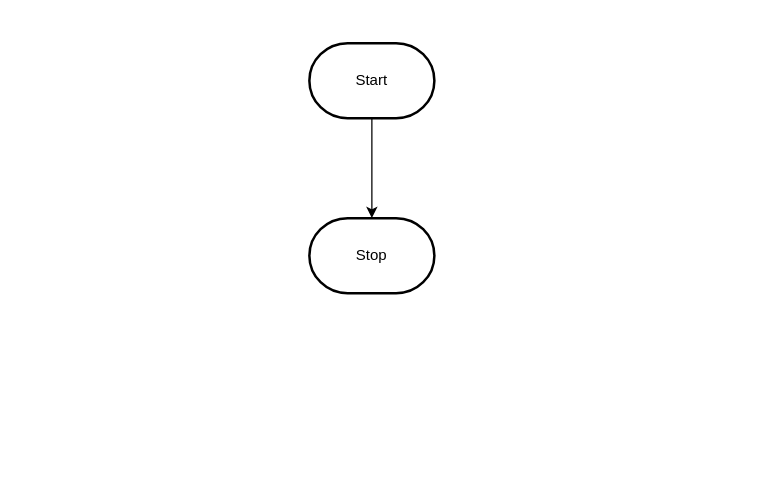
MTHS-ICD2O-1-2023/ICD2O-Unit-5-03-pablo-fiallos-granados keeps this draw.io diagram as design/flowchart.drawio. Above is the earlier version. Source tidied: cells renumbered, new cells numbered last; positions are measured from the earlier drawing's top-left corner, leaving out a move shared by most shapes. Both pictures are drawn from the tidied source at 125%, with x=0, y=0 at pixel (309, 42).
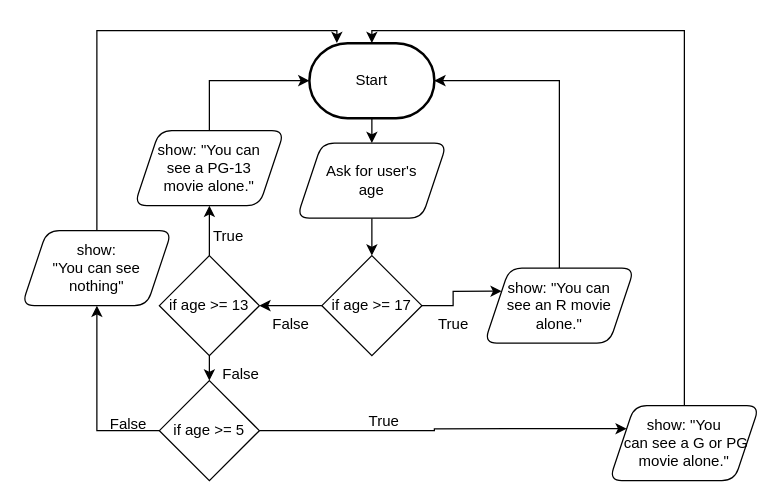
After the change.

The change refers to these unchanged cells:
```xml
<mxCell id="3" value="Start" style="strokeWidth=2;html=1;shape=mxgraph.flowchart.terminator;whiteSpace=wrap;" parent="1" vertex="1">
  <mxGeometry width="100" height="60" as="geometry" />
</mxCell>
```

What changed in the source:
```diff
@@
-    <mxCell id="2" style="edgeStyle=orthogonalEdgeStyle;html=1;rounded=0;" parent="1" edge="1" source="3" target="4">
+    <mxCell id="2" style="edgeStyle=orthogonalEdgeStyle;html=1;rounded=0;entryX=0.5;entryY=0;entryDx=0;entryDy=0;" parent="1" edge="1" source="3" target="6">
       <mxGeometry relative="1" as="geometry" />
     </mxCell>
@@
-    <mxCell id="4" value="Stop" style="strokeWidth=2;html=1;shape=mxgraph.flowchart.terminator;whiteSpace=wrap;" parent="1" vertex="1">
-      <mxGeometry y="140" width="100" height="60" as="geometry" />
-    </mxCell>
+    <mxCell id="5" style="edgeStyle=none;html=1;exitX=0.5;exitY=1;exitDx=0;exitDy=0;entryX=0.5;entryY=0;entryDx=0;entryDy=0;" parent="1" edge="1" source="6" target="9">
+      <mxGeometry relative="1" as="geometry" />
+    </mxCell>
+    <mxCell id="6" value="Ask for user's&lt;br&gt;age" style="shape=parallelogram;perimeter=parallelogramPerimeter;whiteSpace=wrap;html=1;fixedSize=1;rounded=1;shadow=0;" parent="1" vertex="1">
+      <mxGeometry x="-10" y="80" width="120" height="60" as="geometry" />
+    </mxCell>
+    <mxCell id="7" style="edgeStyle=orthogonalEdgeStyle;html=1;exitX=1;exitY=0.5;exitDx=0;exitDy=0;entryX=0;entryY=0.25;entryDx=0;entryDy=0;rounded=0;" parent="1" edge="1" source="9" target="12">
+      <mxGeometry relative="1" as="geometry" />
+    </mxCell>
+    <mxCell id="8" style="edgeStyle=orthogonalEdgeStyle;rounded=0;html=1;exitX=0;exitY=0.5;exitDx=0;exitDy=0;entryX=1;entryY=0.5;entryDx=0;entryDy=0;" parent="1" edge="1" source="9" target="16">
+      <mxGeometry relative="1" as="geometry" />
+    </mxCell>
+    <mxCell id="9" value="if age &amp;gt;= 17" style="rhombus;whiteSpace=wrap;html=1;rounded=0;shadow=0;sketch=0;" parent="1" vertex="1">
+      <mxGeometry x="10" y="170" width="80" height="80" as="geometry" />
+    </mxCell>
+    <mxCell id="10" value="True" style="text;html=1;align=center;verticalAlign=middle;strokeColor=none;fillColor=none;" parent="1" vertex="1">
+      <mxGeometry x="90" y="210" width="50" height="30" as="geometry" />
+    </mxCell>
+    <mxCell id="11" style="edgeStyle=orthogonalEdgeStyle;rounded=0;html=1;exitX=0.5;exitY=0;exitDx=0;exitDy=0;entryX=1;entryY=0.5;entryDx=0;entryDy=0;entryPerimeter=0;" parent="1" edge="1" source="12" target="3">
+      <mxGeometry relative="1" as="geometry" />
+    </mxCell>
+    <mxCell id="12" value="show: &quot;You can&lt;br&gt;see an R movie&lt;br&gt;alone.&quot;" style="shape=parallelogram;perimeter=parallelogramPerimeter;whiteSpace=wrap;html=1;fixedSize=1;rounded=1;shadow=0;sketch=0;" parent="1" vertex="1">
+      <mxGeometry x="140" y="180" width="120" height="60" as="geometry" />
+    </mxCell>
+    <mxCell id="13" value="False" style="text;html=1;align=center;verticalAlign=middle;strokeColor=none;fillColor=none;rounded=0;shadow=0;sketch=0;" parent="1" vertex="1">
+      <mxGeometry x="-40" y="210" width="50" height="30" as="geometry" />
+    </mxCell>
+    <mxCell id="14" style="edgeStyle=orthogonalEdgeStyle;rounded=0;html=1;exitX=0.5;exitY=0;exitDx=0;exitDy=0;entryX=0.5;entryY=1;entryDx=0;entryDy=0;" parent="1" edge="1" source="16" target="18">
+      <mxGeometry relative="1" as="geometry" />
+    </mxCell>
+    <mxCell id="15" style="edgeStyle=orthogonalEdgeStyle;rounded=0;html=1;exitX=0.5;exitY=1;exitDx=0;exitDy=0;entryX=0.5;entryY=0;entryDx=0;entryDy=0;" parent="1" edge="1" source="16" target="23">
+      <mxGeometry relative="1" as="geometry" />
+    </mxCell>
+    <mxCell id="16" value="if age &amp;gt;= 13" style="rhombus;whiteSpace=wrap;html=1;rounded=0;shadow=0;sketch=0;" parent="1" vertex="1">
+      <mxGeometry x="-120" y="170" width="80" height="80" as="geometry" />
+    </mxCell>
+    <mxCell id="17" style="edgeStyle=orthogonalEdgeStyle;rounded=0;html=1;exitX=0.5;exitY=0;exitDx=0;exitDy=0;entryX=0;entryY=0.5;entryDx=0;entryDy=0;entryPerimeter=0;" parent="1" edge="1" source="18" target="3">
+      <mxGeometry relative="1" as="geometry" />
+    </mxCell>
+    <mxCell id="18" value="show: &quot;You can&lt;br style=&quot;border-color: var(--border-color);&quot;&gt;see a PG-13 &lt;br&gt;movie alone.&quot;" style="shape=parallelogram;perimeter=parallelogramPerimeter;whiteSpace=wrap;html=1;fixedSize=1;rounded=1;shadow=0;sketch=0;" parent="1" vertex="1">
+      <mxGeometry x="-140" y="70" width="120" height="60" as="geometry" />
+    </mxCell>
+    <mxCell id="19" value="True" style="text;html=1;align=center;verticalAlign=middle;strokeColor=none;fillColor=none;" parent="1" vertex="1">
+      <mxGeometry x="-90" y="140" width="50" height="30" as="geometry" />
+    </mxCell>
+    <mxCell id="20" value="False" style="text;html=1;align=center;verticalAlign=middle;strokeColor=none;fillColor=none;rounded=0;shadow=0;sketch=0;" parent="1" vertex="1">
+      <mxGeometry x="-80" y="250" width="50" height="30" as="geometry" />
+    </mxCell>
+    <mxCell id="21" style="edgeStyle=orthogonalEdgeStyle;rounded=0;html=1;exitX=1;exitY=0.5;exitDx=0;exitDy=0;entryX=0;entryY=0.25;entryDx=0;entryDy=0;" parent="1" edge="1" source="23" target="25">
+      <mxGeometry relative="1" as="geometry" />
+    </mxCell>
+    <mxCell id="22" style="edgeStyle=orthogonalEdgeStyle;rounded=0;html=1;exitX=0;exitY=0.5;exitDx=0;exitDy=0;entryX=0.5;entryY=1;entryDx=0;entryDy=0;" parent="1" edge="1" source="23" target="28">
+      <mxGeometry relative="1" as="geometry" />
+    </mxCell>
+    <mxCell id="23" value="if age &amp;gt;= 5" style="rhombus;whiteSpace=wrap;html=1;rounded=0;shadow=0;sketch=0;" parent="1" vertex="1">
+      <mxGeometry x="-120" y="270" width="80" height="80" as="geometry" />
+    </mxCell>
+    <mxCell id="24" style="edgeStyle=orthogonalEdgeStyle;rounded=0;html=1;exitX=0.5;exitY=0;exitDx=0;exitDy=0;entryX=0.5;entryY=0;entryDx=0;entryDy=0;entryPerimeter=0;" parent="1" edge="1" source="25" target="3">
+      <mxGeometry relative="1" as="geometry" />
+    </mxCell>
+    <mxCell id="25" value="show: &quot;You&lt;br&gt;&amp;nbsp;can see a G or PG movie alone.&quot;" style="shape=parallelogram;perimeter=parallelogramPerimeter;whiteSpace=wrap;html=1;fixedSize=1;rounded=1;shadow=0;sketch=0;" parent="1" vertex="1">
+      <mxGeometry x="240" y="290" width="120" height="60" as="geometry" />
+    </mxCell>
+    <mxCell id="26" value="True" style="text;html=1;strokeColor=none;fillColor=none;align=center;verticalAlign=middle;whiteSpace=wrap;rounded=0;shadow=0;sketch=0;" parent="1" vertex="1">
+      <mxGeometry x="30" y="288" width="60" height="30" as="geometry" />
+    </mxCell>
+    <mxCell id="27" style="edgeStyle=orthogonalEdgeStyle;rounded=0;html=1;exitX=0.5;exitY=0;exitDx=0;exitDy=0;entryX=0.22;entryY=0;entryDx=0;entryDy=0;entryPerimeter=0;" parent="1" edge="1" source="28" target="3">
+      <mxGeometry relative="1" as="geometry" />
+    </mxCell>
+    <mxCell id="28" value="show: &lt;br&gt;&quot;You can see &lt;br&gt;nothing&quot;" style="shape=parallelogram;perimeter=parallelogramPerimeter;whiteSpace=wrap;html=1;fixedSize=1;rounded=1;shadow=0;sketch=0;" parent="1" vertex="1">
+      <mxGeometry x="-230" y="150" width="120" height="60" as="geometry" />
+    </mxCell>
+    <mxCell id="29" value="False" style="text;html=1;align=center;verticalAlign=middle;strokeColor=none;fillColor=none;rounded=0;shadow=0;sketch=0;" parent="1" vertex="1">
+      <mxGeometry x="-170" y="290" width="50" height="30" as="geometry" />
+    </mxCell>
```
